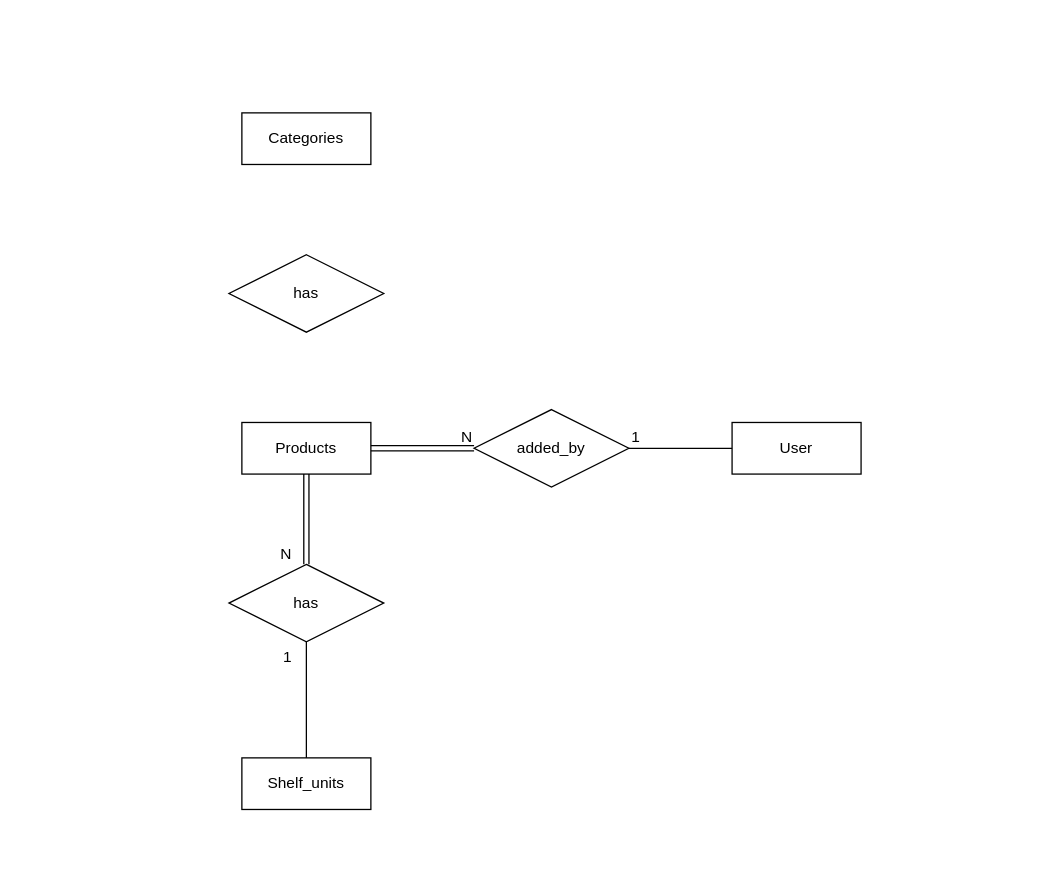
This is er_diagram/er.drawio from kimdude/projekt_try2_backend, a draw.io file, before an edit. Source tidied: cells renumbered, new cells numbered last; positions are measured from the earlier drawing's top-left corner, leaving out a move shared by most shapes. Both pictures are drawn from the tidied source at 129%, with x=0, y=0 at pixel (228, 112).
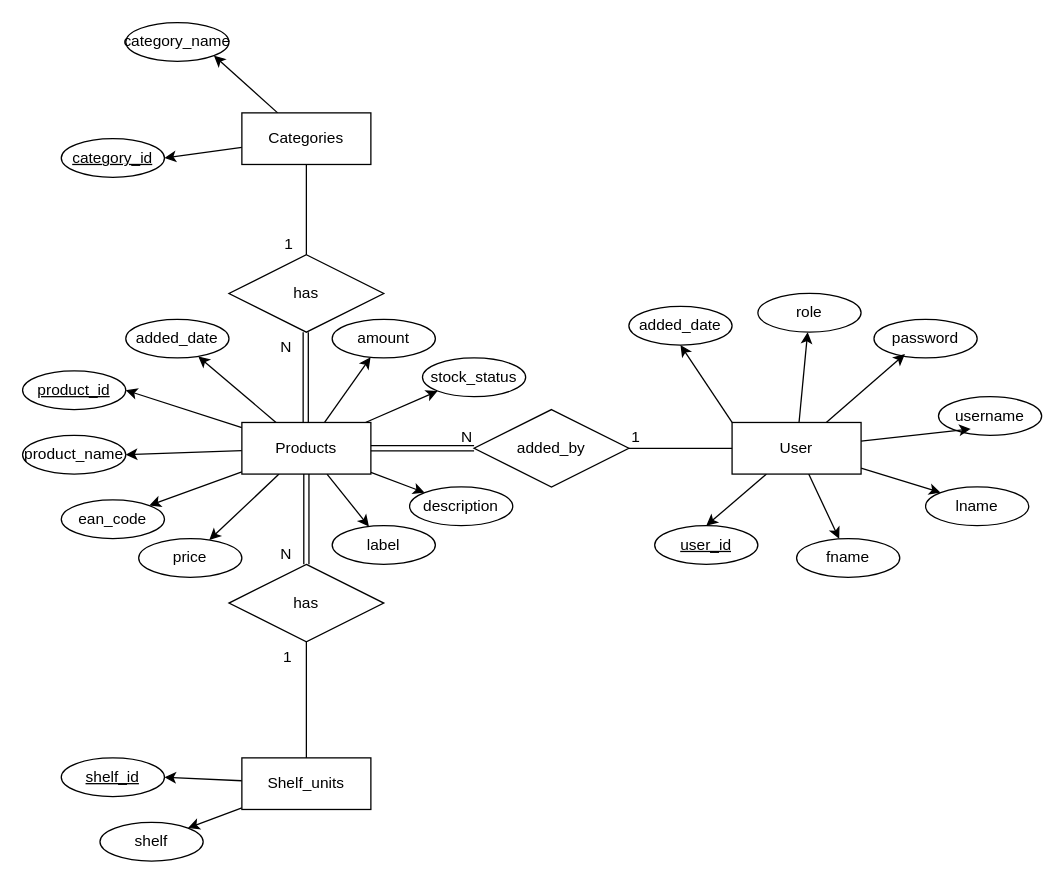
The same diagram, later.

Commit message (it also covers changes not shown here):
Lagt till er-diagram.  Lagt till databas-anslutning. Lagt till uppstart för servern.

Unchanged cells that the change refers to:
```xml
<mxCell id="2" value="Products" style="whiteSpace=wrap;html=1;align=center;" parent="1" vertex="1">
  <mxGeometry x="10" y="240" width="100" height="40" as="geometry" />
</mxCell>
<mxCell id="3" value="User" style="whiteSpace=wrap;html=1;align=center;" parent="1" vertex="1">
  <mxGeometry x="390" y="240" width="100" height="40" as="geometry" />
</mxCell>
<mxCell id="4" value="Shelf_units" style="whiteSpace=wrap;html=1;align=center;" parent="1" vertex="1">
  <mxGeometry x="10" y="500" width="100" height="40" as="geometry" />
</mxCell>
<mxCell id="5" value="Categories" style="whiteSpace=wrap;html=1;align=center;" parent="1" vertex="1">
  <mxGeometry x="10" width="100" height="40" as="geometry" />
</mxCell>
<mxCell id="11" value="has" style="shape=rhombus;perimeter=rhombusPerimeter;whiteSpace=wrap;html=1;align=center;" parent="1" vertex="1">
  <mxGeometry y="110" width="120" height="60" as="geometry" />
</mxCell>
```

Change to the diagram source:
```diff
@@
+    <mxCell id="17" style="edgeStyle=none;html=1;entryX=1;entryY=0.5;entryDx=0;entryDy=0;" parent="1" edge="1" source="2" target="39">
+      <mxGeometry relative="1" as="geometry" />
+    </mxCell>
+    <mxCell id="18" style="edgeStyle=none;html=1;" parent="1" edge="1" source="2" target="57">
+      <mxGeometry relative="1" as="geometry" />
+    </mxCell>
+    <mxCell id="19" style="edgeStyle=none;html=1;entryX=0;entryY=1;entryDx=0;entryDy=0;" parent="1" edge="1" source="2" target="56">
+      <mxGeometry relative="1" as="geometry" />
+    </mxCell>
+    <mxCell id="20" style="edgeStyle=none;html=1;" parent="1" edge="1" source="2" target="52">
+      <mxGeometry relative="1" as="geometry" />
+    </mxCell>
+    <mxCell id="21" style="edgeStyle=none;html=1;entryX=1;entryY=0.5;entryDx=0;entryDy=0;" parent="1" edge="1" source="2" target="44">
+      <mxGeometry relative="1" as="geometry" />
+    </mxCell>
+    <mxCell id="22" style="edgeStyle=none;html=1;entryX=1;entryY=0;entryDx=0;entryDy=0;" parent="1" edge="1" source="2" target="51">
+      <mxGeometry relative="1" as="geometry" />
+    </mxCell>
+    <mxCell id="23" style="edgeStyle=none;html=1;" parent="1" edge="1" source="2" target="54">
+      <mxGeometry relative="1" as="geometry" />
+    </mxCell>
+    <mxCell id="24" style="edgeStyle=none;html=1;" parent="1" edge="1" source="2" target="55">
+      <mxGeometry relative="1" as="geometry" />
+    </mxCell>
+    <mxCell id="25" style="edgeStyle=none;html=1;" parent="1" edge="1" source="2" target="58">
+      <mxGeometry relative="1" as="geometry" />
+    </mxCell>
@@
+    <mxCell id="26" style="edgeStyle=none;html=1;entryX=0.5;entryY=0;entryDx=0;entryDy=0;" parent="1" edge="1" source="3" target="41">
+      <mxGeometry relative="1" as="geometry" />
+    </mxCell>
+    <mxCell id="27" style="edgeStyle=none;html=1;" parent="1" edge="1" source="3" target="49">
+      <mxGeometry relative="1" as="geometry" />
+    </mxCell>
+    <mxCell id="28" style="edgeStyle=none;html=1;entryX=0;entryY=0;entryDx=0;entryDy=0;" parent="1" edge="1" source="3" target="47">
+      <mxGeometry relative="1" as="geometry" />
+    </mxCell>
+    <mxCell id="29" style="edgeStyle=none;html=1;" parent="1" edge="1" source="3" target="46">
+      <mxGeometry relative="1" as="geometry" />
+    </mxCell>
+    <mxCell id="30" style="edgeStyle=none;html=1;entryX=0.5;entryY=1;entryDx=0;entryDy=0;exitX=0;exitY=0;exitDx=0;exitDy=0;" parent="1" edge="1" source="3" target="53">
+      <mxGeometry relative="1" as="geometry" />
+    </mxCell>
@@
+    <mxCell id="31" style="edgeStyle=none;html=1;entryX=1;entryY=0.5;entryDx=0;entryDy=0;" parent="1" edge="1" source="4" target="40">
+      <mxGeometry relative="1" as="geometry" />
+    </mxCell>
+    <mxCell id="32" style="edgeStyle=none;html=1;" parent="1" edge="1" source="4" target="45">
+      <mxGeometry relative="1" as="geometry" />
+    </mxCell>
@@
+    <mxCell id="33" style="edgeStyle=none;html=1;entryX=1;entryY=0.5;entryDx=0;entryDy=0;" parent="1" edge="1" source="5" target="42">
+      <mxGeometry relative="1" as="geometry" />
+    </mxCell>
+    <mxCell id="34" style="edgeStyle=none;html=1;entryX=1;entryY=1;entryDx=0;entryDy=0;" parent="1" edge="1" source="5" target="43">
+      <mxGeometry relative="1" as="geometry" />
+    </mxCell>
@@
+    <mxCell id="35" style="shape=link;html=1;rounded=0;exitX=0.5;exitY=1;exitDx=0;exitDy=0;entryX=0.5;entryY=0;entryDx=0;entryDy=0;" parent="1" edge="1">
+      <mxGeometry relative="1" as="geometry">
+        <mxPoint x="59.5" y="170" as="sourcePoint" />
+        <mxPoint x="59.5" y="240" as="targetPoint" />
+      </mxGeometry>
+    </mxCell>
+    <mxCell id="36" value="1" style="html=1;whiteSpace=wrap;align=right;verticalAlign=bottom;" parent="35" vertex="1">
+      <mxGeometry x="1" relative="1" as="geometry">
+        <mxPoint x="-9" y="-130" as="offset" />
+      </mxGeometry>
+    </mxCell>
+    <mxCell id="37" style="endArrow=none;html=1;rounded=0;exitX=0.5;exitY=1;exitDx=0;exitDy=0;" parent="1" edge="1" source="5" target="11">
+      <mxGeometry relative="1" as="geometry" />
+    </mxCell>
+    <mxCell id="38" value="N" style="html=1;whiteSpace=wrap;align=right;verticalAlign=bottom;" parent="1" vertex="1">
+      <mxGeometry x="50" y="190" as="geometry" />
+    </mxCell>
+    <mxCell id="39" value="product_id" style="ellipse;whiteSpace=wrap;html=1;align=center;fontStyle=4;" parent="1" vertex="1">
+      <mxGeometry x="-160" y="200" width="80" height="30" as="geometry" />
+    </mxCell>
+    <mxCell id="40" value="shelf_id" style="ellipse;whiteSpace=wrap;html=1;align=center;fontStyle=4;" parent="1" vertex="1">
+      <mxGeometry x="-130" y="500" width="80" height="30" as="geometry" />
+    </mxCell>
+    <mxCell id="41" value="user_id" style="ellipse;whiteSpace=wrap;html=1;align=center;fontStyle=4;" parent="1" vertex="1">
+      <mxGeometry x="330" y="320" width="80" height="30" as="geometry" />
+    </mxCell>
+    <mxCell id="42" value="category_id" style="ellipse;whiteSpace=wrap;html=1;align=center;fontStyle=4;" parent="1" vertex="1">
+      <mxGeometry x="-130" y="20" width="80" height="30" as="geometry" />
+    </mxCell>
+    <mxCell id="43" value="category_name" style="ellipse;whiteSpace=wrap;html=1;align=center;" parent="1" vertex="1">
+      <mxGeometry x="-80" y="-70" width="80" height="30" as="geometry" />
+    </mxCell>
+    <mxCell id="44" value="product_name" style="ellipse;whiteSpace=wrap;html=1;align=center;" parent="1" vertex="1">
+      <mxGeometry x="-160" y="250" width="80" height="30" as="geometry" />
+    </mxCell>
+    <mxCell id="45" value="shelf" style="ellipse;whiteSpace=wrap;html=1;align=center;" parent="1" vertex="1">
+      <mxGeometry x="-100" y="550" width="80" height="30" as="geometry" />
+    </mxCell>
+    <mxCell id="46" value="fname" style="ellipse;whiteSpace=wrap;html=1;align=center;" parent="1" vertex="1">
+      <mxGeometry x="440" y="330" width="80" height="30" as="geometry" />
+    </mxCell>
+    <mxCell id="47" value="lname" style="ellipse;whiteSpace=wrap;html=1;align=center;" parent="1" vertex="1">
+      <mxGeometry x="540" y="290" width="80" height="30" as="geometry" />
+    </mxCell>
+    <mxCell id="48" value="username" style="ellipse;whiteSpace=wrap;html=1;align=center;" parent="1" vertex="1">
+      <mxGeometry x="550" y="220" width="80" height="30" as="geometry" />
+    </mxCell>
+    <mxCell id="49" value="role" style="ellipse;whiteSpace=wrap;html=1;align=center;" parent="1" vertex="1">
+      <mxGeometry x="410" y="140" width="80" height="30" as="geometry" />
+    </mxCell>
+    <mxCell id="50" style="edgeStyle=none;html=1;entryX=0.313;entryY=0.833;entryDx=0;entryDy=0;entryPerimeter=0;" parent="1" edge="1" source="3" target="48">
+      <mxGeometry relative="1" as="geometry" />
+    </mxCell>
+    <mxCell id="51" value="ean_code" style="ellipse;whiteSpace=wrap;html=1;align=center;" parent="1" vertex="1">
+      <mxGeometry x="-130" y="300" width="80" height="30" as="geometry" />
+    </mxCell>
+    <mxCell id="52" value="added_date" style="ellipse;whiteSpace=wrap;html=1;align=center;" parent="1" vertex="1">
+      <mxGeometry x="-80" y="160" width="80" height="30" as="geometry" />
+    </mxCell>
+    <mxCell id="53" value="added_date" style="ellipse;whiteSpace=wrap;html=1;align=center;" parent="1" vertex="1">
+      <mxGeometry x="310" y="150" width="80" height="30" as="geometry" />
+    </mxCell>
+    <mxCell id="54" value="price" style="ellipse;whiteSpace=wrap;html=1;align=center;" parent="1" vertex="1">
+      <mxGeometry x="-70" y="330" width="80" height="30" as="geometry" />
+    </mxCell>
+    <mxCell id="55" value="label" style="ellipse;whiteSpace=wrap;html=1;align=center;" parent="1" vertex="1">
+      <mxGeometry x="80" y="320" width="80" height="30" as="geometry" />
+    </mxCell>
+    <mxCell id="56" value="stock_status" style="ellipse;whiteSpace=wrap;html=1;align=center;" parent="1" vertex="1">
+      <mxGeometry x="150" y="190" width="80" height="30" as="geometry" />
+    </mxCell>
+    <mxCell id="57" value="amount" style="ellipse;whiteSpace=wrap;html=1;align=center;" parent="1" vertex="1">
+      <mxGeometry x="80" y="160" width="80" height="30" as="geometry" />
+    </mxCell>
+    <mxCell id="58" value="description" style="ellipse;whiteSpace=wrap;html=1;align=center;" parent="1" vertex="1">
+      <mxGeometry x="140" y="290" width="80" height="30" as="geometry" />
+    </mxCell>
+    <mxCell id="59" value="password" style="ellipse;whiteSpace=wrap;html=1;align=center;" parent="1" vertex="1">
+      <mxGeometry x="500" y="160" width="80" height="30" as="geometry" />
+    </mxCell>
+    <mxCell id="60" style="edgeStyle=none;html=1;entryX=0.3;entryY=0.9;entryDx=0;entryDy=0;entryPerimeter=0;" parent="1" edge="1" source="3" target="59">
+      <mxGeometry relative="1" as="geometry" />
+    </mxCell>
```
